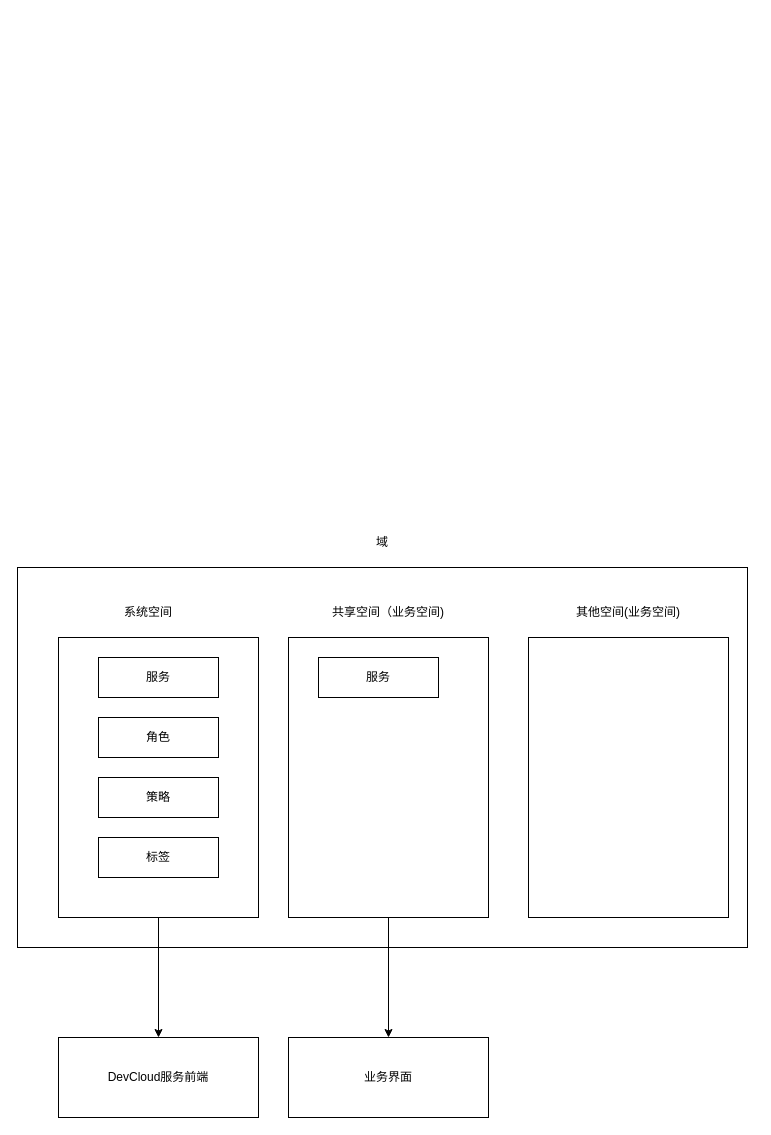
Above: docs/conception.drawio in infraboard/mcenter (draw.io), before the change. Source tidied: cells renumbered, new cells numbered last; positions are measured from the earlier drawing's top-left corner, leaving out a move shared by most shapes. Both pictures are drawn from the tidied source at 100%, with x=0, y=0 at pixel (17, 527).
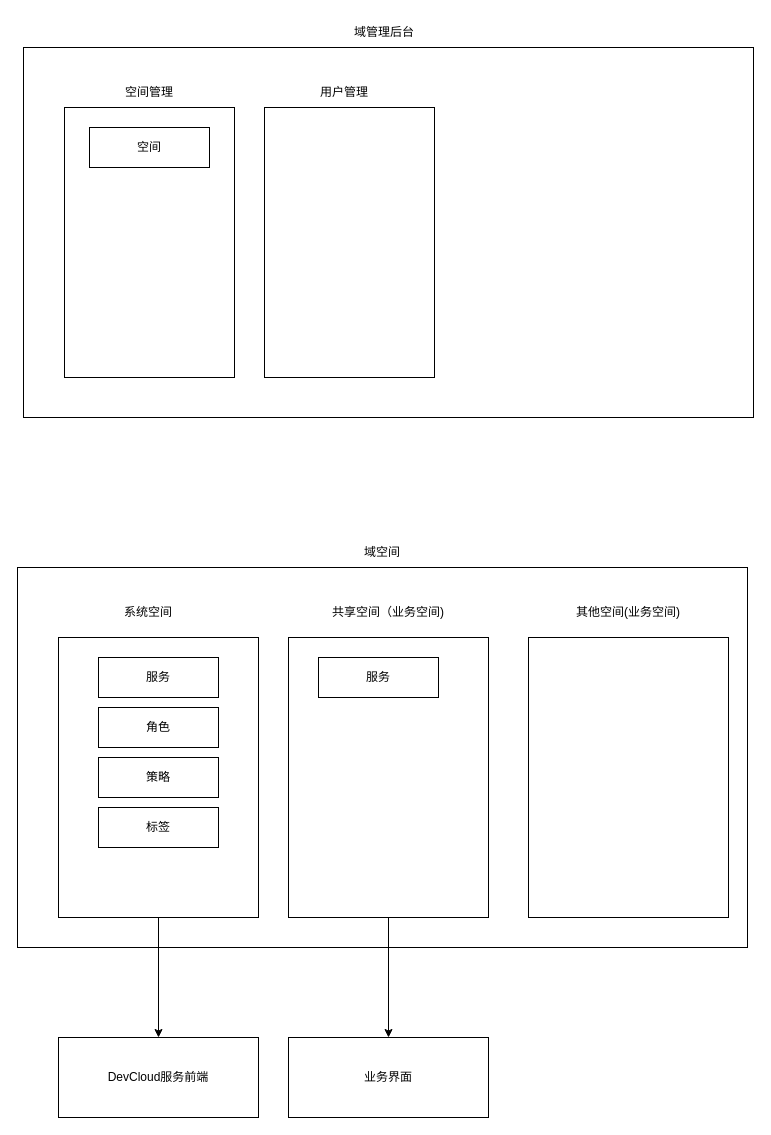
After the change.

Diff of the diagram source:
```diff
@@
-    <mxCell id="5" value="域" style="text;html=1;strokeColor=none;fillColor=none;align=center;verticalAlign=middle;whiteSpace=wrap;rounded=0;" parent="1" vertex="1">
-      <mxGeometry x="335" width="60" height="30" as="geometry" />
+    <mxCell id="5" value="域空间" style="text;html=1;strokeColor=none;fillColor=none;align=center;verticalAlign=middle;whiteSpace=wrap;rounded=0;" parent="1" vertex="1">
+      <mxGeometry x="335" y="10" width="60" height="30" as="geometry" />
     </mxCell>
@@
     <mxCell id="14" value="角色" style="rounded=0;whiteSpace=wrap;html=1;" parent="1" vertex="1">
-      <mxGeometry x="81" y="190" width="120" height="40" as="geometry" />
+      <mxGeometry x="81" y="180" width="120" height="40" as="geometry" />
     </mxCell>
@@
     <mxCell id="16" value="策略" style="rounded=0;whiteSpace=wrap;html=1;" parent="1" vertex="1">
-      <mxGeometry x="81" y="250" width="120" height="40" as="geometry" />
+      <mxGeometry x="81" y="230" width="120" height="40" as="geometry" />
     </mxCell>
     <mxCell id="17" value="标签" style="rounded=0;whiteSpace=wrap;html=1;" parent="1" vertex="1">
-      <mxGeometry x="81" y="310" width="120" height="40" as="geometry" />
+      <mxGeometry x="81" y="280" width="120" height="40" as="geometry" />
     </mxCell>
@@
+    <mxCell id="19" style="rounded=0;whiteSpace=wrap;html=1;" parent="1" vertex="1">
+      <mxGeometry x="6" y="-480" width="730" height="370" as="geometry" />
+    </mxCell>
+    <mxCell id="20" value="域管理后台" style="text;html=1;strokeColor=none;fillColor=none;align=center;verticalAlign=middle;whiteSpace=wrap;rounded=0;" parent="1" vertex="1">
+      <mxGeometry x="327" y="-510" width="80" height="30" as="geometry" />
+    </mxCell>
+    <mxCell id="21" style="rounded=0;whiteSpace=wrap;html=1;" parent="1" vertex="1">
+      <mxGeometry x="47" y="-420" width="170" height="270" as="geometry" />
+    </mxCell>
+    <mxCell id="22" value="空间管理" style="text;html=1;strokeColor=none;fillColor=none;align=center;verticalAlign=middle;whiteSpace=wrap;rounded=0;" parent="1" vertex="1">
+      <mxGeometry x="102" y="-450" width="60" height="30" as="geometry" />
+    </mxCell>
+    <mxCell id="23" value="空间" style="rounded=0;whiteSpace=wrap;html=1;" parent="1" vertex="1">
+      <mxGeometry x="72" y="-400" width="120" height="40" as="geometry" />
+    </mxCell>
+    <mxCell id="24" style="rounded=0;whiteSpace=wrap;html=1;" parent="1" vertex="1">
+      <mxGeometry x="247" y="-420" width="170" height="270" as="geometry" />
+    </mxCell>
+    <mxCell id="25" value="用户管理" style="text;html=1;strokeColor=none;fillColor=none;align=center;verticalAlign=middle;whiteSpace=wrap;rounded=0;" parent="1" vertex="1">
+      <mxGeometry x="297" y="-450" width="60" height="30" as="geometry" />
+    </mxCell>
```
